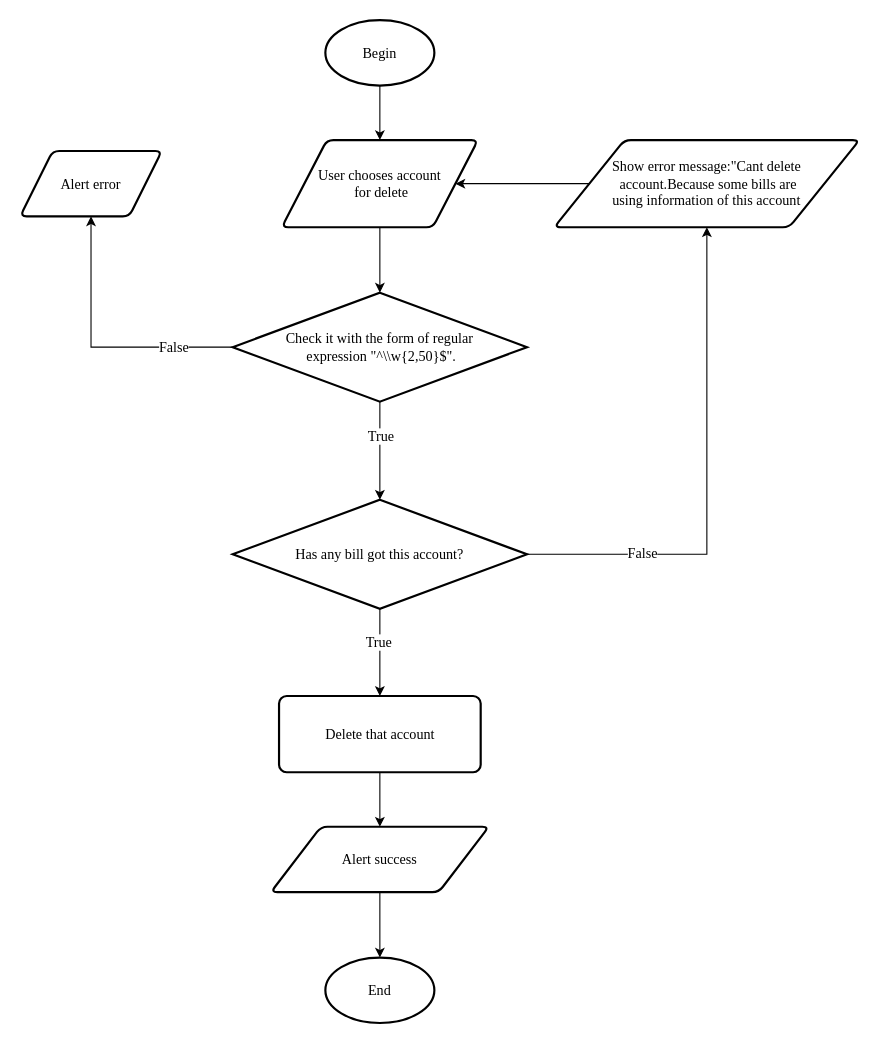
daomtthuan/do-an keeps this draw.io diagram as page "Delete Account" (20 of 20) of document/diagram/flowchart.drawio. Above is the earlier version. Source tidied: cells renumbered, new cells numbered last; positions are measured from the earlier drawing's top-left corner, leaving out a move shared by most shapes. Both pictures are drawn from the tidied source at 109%, with x=0, y=0 at pixel (20, 20).
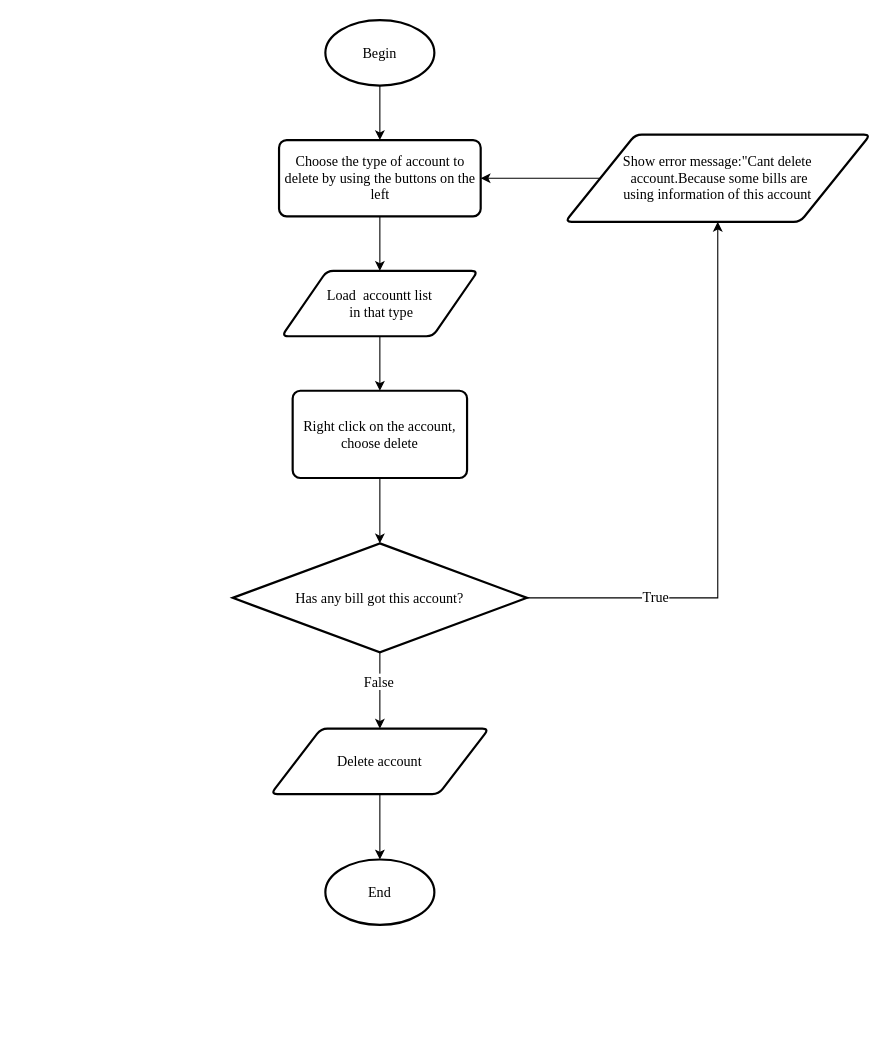
The same diagram, later.

The change refers to these unchanged cells:
```xml
<mxCell id="3" value="Begin" style="strokeWidth=2;html=1;shape=mxgraph.flowchart.start_1;whiteSpace=wrap;fontFamily=Times New Roman;fontSize=13;" parent="1" vertex="1">
  <mxGeometry x="280" width="100" height="60" as="geometry" />
</mxCell>
<mxCell id="18" style="edgeStyle=orthogonalEdgeStyle;rounded=0;jettySize=auto;html=1;exitX=1;exitY=0.5;exitDx=0;exitDy=0;exitPerimeter=0;entryX=0.5;entryY=1;entryDx=0;entryDy=0;fontFamily=Times New Roman;fontSize=13;" parent="1" edge="1" source="8" target="14">
  <mxGeometry relative="1" as="geometry" />
</mxCell>
```

What changed in the source:
```diff
@@
-    <mxCell id="2" style="edgeStyle=orthogonalEdgeStyle;rounded=0;jettySize=auto;html=1;entryX=0.5;entryY=0;entryDx=0;entryDy=0;fontFamily=Times New Roman;fontSize=13;" parent="1" edge="1" source="3" target="5">
-      <mxGeometry relative="1" as="geometry" />
+    <mxCell id="2" style="edgeStyle=orthogonalEdgeStyle;rounded=0;jettySize=auto;html=1;entryX=0.5;entryY=0;entryDx=0;entryDy=0;fontFamily=Times New Roman;fontSize=13;" parent="1" edge="1" source="3">
+      <mxGeometry relative="1" as="geometry">
+        <mxPoint x="330" y="110" as="targetPoint" />
+      </mxGeometry>
     </mxCell>
@@
-    <mxCell id="4" style="edgeStyle=orthogonalEdgeStyle;rounded=0;jettySize=auto;html=1;entryX=0.5;entryY=0;entryDx=0;entryDy=0;entryPerimeter=0;fontFamily=Times New Roman;fontSize=13;" parent="1" edge="1" source="5" target="22">
+    <mxCell id="4" style="edgeStyle=orthogonalEdgeStyle;rounded=0;jettySize=auto;html=1;entryX=0.5;entryY=0;entryDx=0;entryDy=0;fontFamily=Times New Roman;fontSize=13;exitX=0.5;exitY=1;exitDx=0;exitDy=0;" parent="1" edge="1" source="26" target="25">
       <mxGeometry relative="1" as="geometry" />
     </mxCell>
-    <mxCell id="5" value="User chooses account&lt;br&gt;&amp;nbsp;for delete" style="shape=parallelogram;html=1;strokeWidth=2;perimeter=parallelogramPerimeter;whiteSpace=wrap;rounded=1;arcSize=12;size=0.23;fontFamily=Times New Roman;fontSize=13;" parent="1" vertex="1">
-      <mxGeometry x="240" y="110" width="180" height="80" as="geometry" />
-    </mxCell>
-    <mxCell id="6" style="edgeStyle=orthogonalEdgeStyle;rounded=0;jettySize=auto;html=1;exitX=0.5;exitY=1;exitDx=0;exitDy=0;exitPerimeter=0;fontFamily=Times New Roman;fontSize=13;" parent="1" edge="1" source="8" target="10">
+    <mxCell id="6" style="edgeStyle=orthogonalEdgeStyle;rounded=0;jettySize=auto;html=1;exitX=0.5;exitY=1;exitDx=0;exitDy=0;exitPerimeter=0;fontFamily=Times New Roman;fontSize=13;entryX=0.5;entryY=0;entryDx=0;entryDy=0;" parent="1" edge="1" source="8" target="12">
       <mxGeometry relative="1" as="geometry" />
     </mxCell>
-    <mxCell id="7" value="True" style="text;html=1;align=center;verticalAlign=middle;labelBackgroundColor=#ffffff;fontSize=13;fontFamily=Times New Roman;" parent="6" vertex="1">
+    <mxCell id="7" value="False" style="text;html=1;align=center;verticalAlign=middle;labelBackgroundColor=#ffffff;fontSize=13;fontFamily=Times New Roman;" parent="6" vertex="1">
       <mxGeometry x="-0.26" y="-2" relative="1" as="geometry" />
     </mxCell>
     <mxCell id="8" value="Has any bill got this account?" style="strokeWidth=2;html=1;shape=mxgraph.flowchart.decision;whiteSpace=wrap;fontFamily=Times New Roman;fontSize=13;" parent="1" vertex="1">
-      <mxGeometry x="195" y="440" width="270" height="100" as="geometry" />
+      <mxGeometry x="195" y="480" width="270" height="100" as="geometry" />
     </mxCell>
-    <mxCell id="9" style="edgeStyle=orthogonalEdgeStyle;rounded=0;jettySize=auto;html=1;exitX=0.5;exitY=1;exitDx=0;exitDy=0;entryX=0.5;entryY=0;entryDx=0;entryDy=0;fontFamily=Times New Roman;fontSize=13;" parent="1" edge="1" source="10" target="12">
-      <mxGeometry relative="1" as="geometry" />
-    </mxCell>
-    <mxCell id="10" value="Delete that account" style="rounded=1;whiteSpace=wrap;html=1;absoluteArcSize=1;arcSize=14;strokeWidth=2;fontFamily=Times New Roman;fontSize=13;" parent="1" vertex="1">
-      <mxGeometry x="237.5" y="620" width="185" height="70" as="geometry" />
-    </mxCell>
@@
-    <mxCell id="12" value="Alert success" style="shape=parallelogram;html=1;strokeWidth=2;perimeter=parallelogramPerimeter;whiteSpace=wrap;rounded=1;arcSize=12;size=0.23;fontFamily=Times New Roman;fontSize=13;" parent="1" vertex="1">
-      <mxGeometry x="230" y="740" width="200" height="60" as="geometry" />
+    <mxCell id="12" value="Delete account" style="shape=parallelogram;html=1;strokeWidth=2;perimeter=parallelogramPerimeter;whiteSpace=wrap;rounded=1;arcSize=12;size=0.23;fontFamily=Times New Roman;fontSize=13;" parent="1" vertex="1">
+      <mxGeometry x="230" y="650" width="200" height="60" as="geometry" />
     </mxCell>
-    <mxCell id="13" style="edgeStyle=orthogonalEdgeStyle;rounded=0;jettySize=auto;html=1;exitX=0;exitY=0.5;exitDx=0;exitDy=0;fontFamily=Times New Roman;fontSize=13;" parent="1" edge="1" source="14" target="5">
+    <mxCell id="13" style="edgeStyle=orthogonalEdgeStyle;rounded=0;jettySize=auto;html=1;exitX=0;exitY=0.5;exitDx=0;exitDy=0;fontFamily=Times New Roman;fontSize=13;entryX=1;entryY=0.5;entryDx=0;entryDy=0;" parent="1" edge="1" source="14" target="26">
       <mxGeometry relative="1" as="geometry" />
     </mxCell>
     <mxCell id="14" value="Show error message:&quot;Cant delete&lt;br&gt;&amp;nbsp;account.Because some bills are &lt;br&gt;using information of this account" style="shape=parallelogram;html=1;strokeWidth=2;perimeter=parallelogramPerimeter;whiteSpace=wrap;rounded=1;arcSize=12;size=0.23;fontFamily=Times New Roman;fontSize=13;" parent="1" vertex="1">
-      <mxGeometry x="490" y="110" width="280" height="80" as="geometry" />
+      <mxGeometry x="500" y="105" width="280" height="80" as="geometry" />
     </mxCell>
     <mxCell id="15" value="End" style="strokeWidth=2;html=1;shape=mxgraph.flowchart.start_1;whiteSpace=wrap;fontFamily=Times New Roman;fontSize=13;" parent="1" vertex="1">
-      <mxGeometry x="280" y="860" width="100" height="60" as="geometry" />
+      <mxGeometry x="280" y="770" width="100" height="60" as="geometry" />
     </mxCell>
-    <mxCell id="16" style="edgeStyle=orthogonalEdgeStyle;rounded=0;jettySize=auto;html=1;entryX=0.5;entryY=0;entryDx=0;entryDy=0;entryPerimeter=0;fontFamily=Times New Roman;fontSize=13;" parent="1" edge="1" source="22" target="8">
-      <mxGeometry relative="1" as="geometry">
-        <Array as="points">
-          <mxPoint x="330" y="380" />
-          <mxPoint x="330" y="380" />
-        </Array>
-      </mxGeometry>
-    </mxCell>
-    <mxCell id="17" value="True" style="text;html=1;align=center;verticalAlign=middle;labelBackgroundColor=#ffffff;fontSize=13;fontFamily=Times New Roman;" parent="16" vertex="1">
-      <mxGeometry x="-0.31" relative="1" as="geometry" />
-    </mxCell>
@@
-    <mxCell id="19" value="False" style="text;html=1;align=center;verticalAlign=middle;labelBackgroundColor=#ffffff;fontSize=13;fontFamily=Times New Roman;" parent="18" vertex="1">
+    <mxCell id="19" value="True" style="text;html=1;align=center;verticalAlign=middle;labelBackgroundColor=#ffffff;fontSize=13;fontFamily=Times New Roman;" parent="18" vertex="1">
       <mxGeometry x="-0.55" y="2" relative="1" as="geometry" />
     </mxCell>
-    <mxCell id="20" style="edgeStyle=orthogonalEdgeStyle;rounded=0;jettySize=auto;html=1;exitX=0;exitY=0.5;exitDx=0;exitDy=0;exitPerimeter=0;entryX=0.5;entryY=1;entryDx=0;entryDy=0;fontFamily=Times New Roman;fontSize=13;" parent="1" edge="1" source="22" target="23">
-      <mxGeometry relative="1" as="geometry" />
-    </mxCell>
-    <mxCell id="21" value="False" style="text;html=1;align=center;verticalAlign=middle;labelBackgroundColor=#ffffff;fontSize=13;fontFamily=Times New Roman;" parent="20" vertex="1">
-      <mxGeometry x="-0.56" y="-1" relative="1" as="geometry" />
-    </mxCell>
-    <mxCell id="22" value="Check it with the form of regular&lt;br&gt;&amp;nbsp;expression &quot;^\\w{2,50}$&quot;." style="strokeWidth=2;html=1;shape=mxgraph.flowchart.decision;whiteSpace=wrap;fontFamily=Times New Roman;fontSize=13;" parent="1" vertex="1">
-      <mxGeometry x="195" y="250" width="270" height="100" as="geometry" />
-    </mxCell>
-    <mxCell id="23" value="Alert error" style="shape=parallelogram;html=1;strokeWidth=2;perimeter=parallelogramPerimeter;whiteSpace=wrap;rounded=1;arcSize=12;size=0.23;fontFamily=Times New Roman;fontSize=13;" parent="1" vertex="1">
-      <mxGeometry y="120" width="130" height="60" as="geometry" />
-    </mxCell>
+    <mxCell id="24" style="edgeStyle=orthogonalEdgeStyle;rounded=0;jettySize=auto;html=1;exitX=0.5;exitY=1;exitDx=0;exitDy=0;fontFamily=Times New Roman;fontSize=13;" parent="1" edge="1" source="25" target="28">
+      <mxGeometry relative="1" as="geometry" />
+    </mxCell>
+    <mxCell id="25" value="Load&amp;nbsp; accountt list&lt;br&gt;&amp;nbsp;in that type" style="shape=parallelogram;html=1;strokeWidth=2;perimeter=parallelogramPerimeter;whiteSpace=wrap;rounded=1;arcSize=12;size=0.23;fontFamily=Times New Roman;fontSize=13;" parent="1" vertex="1">
+      <mxGeometry x="240" y="230" width="180" height="60" as="geometry" />
+    </mxCell>
+    <mxCell id="26" value="Choose the type of account to delete by using the buttons on the left" style="rounded=1;whiteSpace=wrap;html=1;absoluteArcSize=1;arcSize=14;strokeWidth=2;fontFamily=Times New Roman;fontSize=13;" parent="1" vertex="1">
+      <mxGeometry x="237.5" y="110" width="185" height="70" as="geometry" />
+    </mxCell>
+    <mxCell id="27" style="edgeStyle=orthogonalEdgeStyle;rounded=0;jettySize=auto;html=1;fontFamily=Times New Roman;fontSize=13;" parent="1" edge="1" source="28" target="8">
+      <mxGeometry relative="1" as="geometry" />
+    </mxCell>
+    <mxCell id="28" value="Right click on the account, choose delete" style="rounded=1;whiteSpace=wrap;html=1;absoluteArcSize=1;arcSize=14;strokeWidth=2;fontFamily=Times New Roman;fontSize=13;" parent="1" vertex="1">
+      <mxGeometry x="250" y="340" width="160" height="80" as="geometry" />
+    </mxCell>
```
